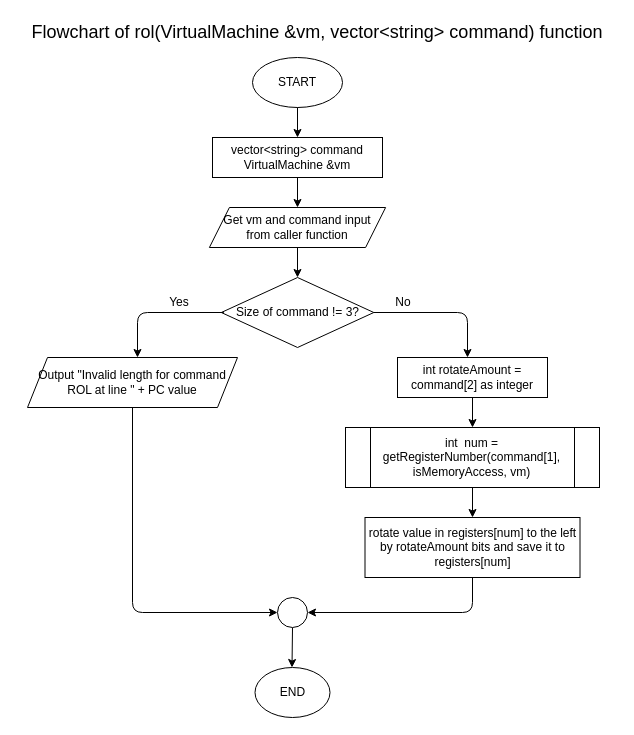
The draw.io diagram page "rol" (3 of 4) of source/Flowcharts.dio in Mutton9558/TT1L_G03, before the edit. Source tidied: cells renumbered, new cells numbered last; positions are measured from the earlier drawing's top-left corner, leaving out a move shared by most shapes. Both pictures are drawn from the tidied source at 100%, with x=0, y=0 at pixel (17, 17).
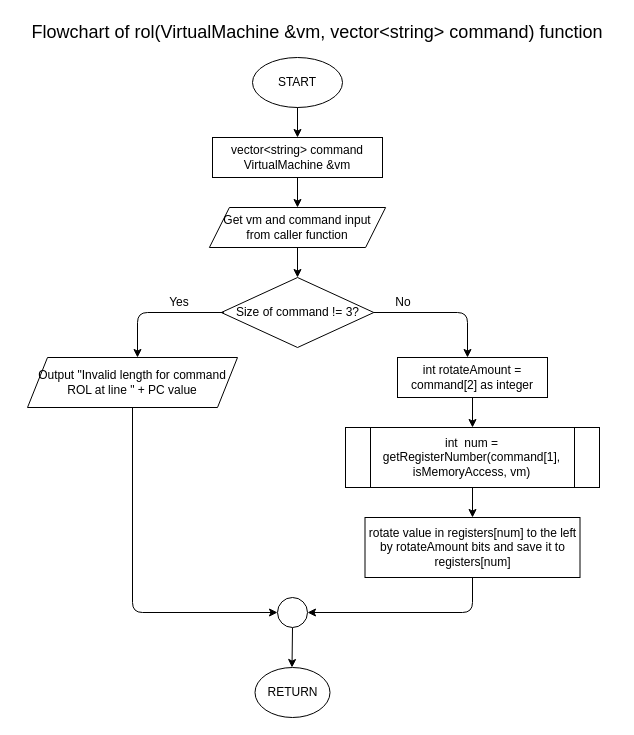
Above is the later version.

Change to the diagram source:
```diff
@@
-    <mxCell id="24" value="END" style="ellipse;whiteSpace=wrap;html=1;" parent="1" vertex="1">
+    <mxCell id="24" value="RETURN" style="ellipse;whiteSpace=wrap;html=1;" parent="1" vertex="1">
       <mxGeometry x="237.5" y="650" width="75" height="50" as="geometry" />
     </mxCell>
```
